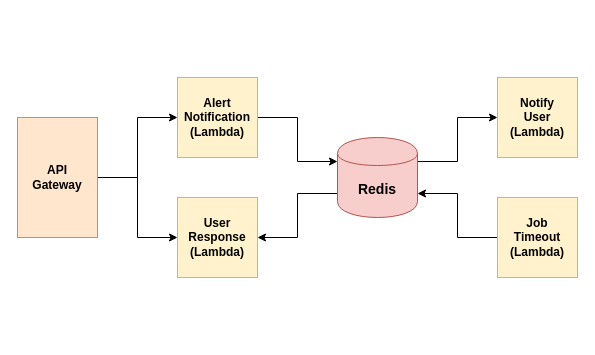
mozilla/MozDef-Triage-Bot keeps this draw.io diagram as docs/diagrams/web_server_architecture.drawio. Above is the earlier version. Source tidied: cells renumbered, new cells numbered last; positions are measured from the earlier drawing's top-left corner, leaving out a move shared by most shapes. Both pictures are drawn from the tidied source at 100%, with x=0, y=0 at pixel (17, 77).
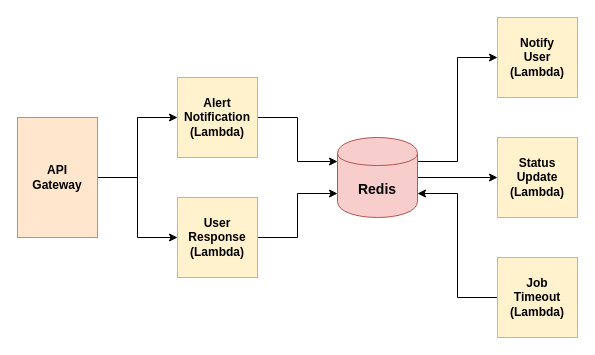
After the change.

Commit message (it also covers changes not shown here):
Add a new function to web server diagram that will communicate back to MozDef

Diff of the diagram source:
```diff
@@
 <mxGraphModel>
   <root>
     <mxCell id="0" />
     <mxCell id="1" parent="0" />
     <mxCell id="2" style="edgeStyle=orthogonalEdgeStyle;rounded=0;jettySize=auto;html=1;exitX=1;exitY=0.5;exitDx=0;exitDy=0;entryX=0;entryY=0.3;entryDx=0;entryDy=0;" parent="1" edge="1" source="3" target="7">
       <mxGeometry relative="1" as="geometry" />
     </mxCell>
     <mxCell id="3" value="Alert&lt;br&gt;Notification&lt;br&gt;(Lambda)" style="whiteSpace=wrap;html=1;fillColor=#fff2cc;strokeColor=#d6b656;fontStyle=1;" parent="1" vertex="1">
       <mxGeometry x="160" width="80" height="80" as="geometry" />
     </mxCell>
+    <mxCell id="14" style="edgeStyle=orthogonalEdgeStyle;rounded=0;jettySize=auto;html=1;exitX=1;exitY=0.5;exitDx=0;exitDy=0;entryX=0;entryY=0.7;entryDx=0;entryDy=0;startArrow=none;startFill=0;" parent="1" edge="1" source="4" target="7">
+      <mxGeometry relative="1" as="geometry" />
+    </mxCell>
     <mxCell id="4" value="User&lt;br&gt;Response&lt;br&gt;(Lambda)" style="whiteSpace=wrap;html=1;fillColor=#fff2cc;strokeColor=#d6b656;fontStyle=1;" parent="1" vertex="1">
       <mxGeometry x="160" y="120" width="80" height="80" as="geometry" />
     </mxCell>
-    <mxCell id="5" style="edgeStyle=orthogonalEdgeStyle;rounded=0;jettySize=auto;html=1;exitX=0;exitY=0.7;exitDx=0;exitDy=0;entryX=1;entryY=0.5;entryDx=0;entryDy=0;" parent="1" edge="1" source="7" target="4">
-      <mxGeometry relative="1" as="geometry" />
-    </mxCell>
     <mxCell id="6" style="edgeStyle=orthogonalEdgeStyle;rounded=0;jettySize=auto;html=1;exitX=1;exitY=0.3;exitDx=0;exitDy=0;entryX=0;entryY=0.5;entryDx=0;entryDy=0;startArrow=none;startFill=0;" parent="1" edge="1" source="7" target="8">
       <mxGeometry relative="1" as="geometry" />
     </mxCell>
+    <mxCell id="15" style="edgeStyle=orthogonalEdgeStyle;rounded=0;jettySize=auto;html=1;exitX=1;exitY=0.5;exitDx=0;exitDy=0;entryX=0;entryY=0.5;entryDx=0;entryDy=0;startArrow=none;startFill=0;" parent="1" edge="1" source="7" target="16">
+      <mxGeometry relative="1" as="geometry" />
+    </mxCell>
     <mxCell id="7" value="Redis" style="shape=cylinder;whiteSpace=wrap;html=1;boundedLbl=1;backgroundOutline=1;fontSize=14;fontStyle=1;fillColor=#f8cecc;strokeColor=#b85450;" parent="1" vertex="1">
       <mxGeometry x="320" y="60" width="80" height="80" as="geometry" />
     </mxCell>
     <mxCell id="8" value="Notify&lt;br&gt;User&lt;br&gt;(Lambda)" style="whiteSpace=wrap;html=1;fillColor=#fff2cc;strokeColor=#d6b656;fontStyle=1;" parent="1" vertex="1">
-      <mxGeometry x="480" width="80" height="80" as="geometry" />
+      <mxGeometry x="480" y="-60" width="80" height="80" as="geometry" />
     </mxCell>
     <mxCell id="9" style="edgeStyle=orthogonalEdgeStyle;rounded=0;jettySize=auto;html=1;exitX=0;exitY=0.5;exitDx=0;exitDy=0;entryX=1;entryY=0.7;entryDx=0;entryDy=0;startArrow=none;startFill=0;" parent="1" edge="1" source="10" target="7">
       <mxGeometry relative="1" as="geometry" />
     </mxCell>
     <mxCell id="10" value="Job&lt;br&gt;Timeout&lt;br&gt;(Lambda)" style="whiteSpace=wrap;html=1;fillColor=#fff2cc;strokeColor=#d6b656;fontStyle=1;" parent="1" vertex="1">
-      <mxGeometry x="480" y="120" width="80" height="80" as="geometry" />
+      <mxGeometry x="480" y="180" width="80" height="80" as="geometry" />
     </mxCell>
     <mxCell id="11" style="edgeStyle=orthogonalEdgeStyle;rounded=0;jettySize=auto;html=1;exitX=1;exitY=0.5;exitDx=0;exitDy=0;entryX=0;entryY=0.5;entryDx=0;entryDy=0;" parent="1" edge="1" source="13" target="3">
       <mxGeometry relative="1" as="geometry" />
     </mxCell>
     <mxCell id="12" style="edgeStyle=orthogonalEdgeStyle;rounded=0;jettySize=auto;html=1;exitX=1;exitY=0.5;exitDx=0;exitDy=0;entryX=0;entryY=0.5;entryDx=0;entryDy=0;" parent="1" edge="1" source="13" target="4">
       <mxGeometry relative="1" as="geometry" />
     </mxCell>
     <mxCell id="13" value="API&lt;br&gt;Gateway" style="rounded=0;whiteSpace=wrap;html=1;fontStyle=1;fillColor=#ffe6cc;strokeColor=#d79b00;" parent="1" vertex="1">
       <mxGeometry y="40" width="80" height="120" as="geometry" />
     </mxCell>
+    <mxCell id="16" value="Status&lt;br&gt;Update&lt;br&gt;(Lambda)" style="whiteSpace=wrap;html=1;fillColor=#fff2cc;strokeColor=#d6b656;fontStyle=1;" parent="1" vertex="1">
+      <mxGeometry x="480" y="60" width="80" height="80" as="geometry" />
+    </mxCell>
   </root>
 </mxGraphModel>
```
